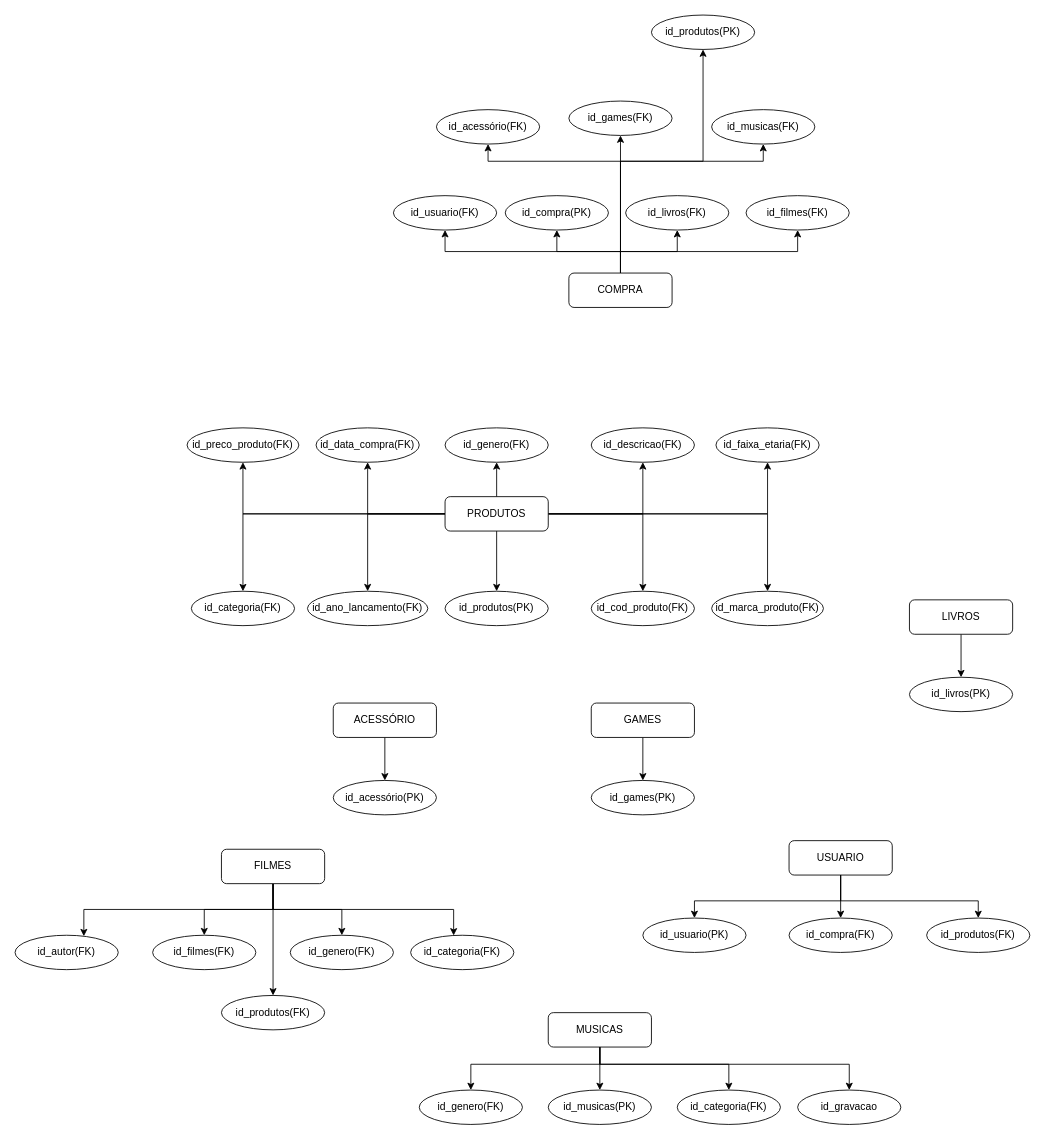
Earlier version of the draw.io diagram LOJA.drawio (camilamelos/tiroAoAlvo). Source tidied: cells renumbered, new cells numbered last; positions are measured from the earlier drawing's top-left corner, leaving out a move shared by most shapes. Both pictures are drawn from the tidied source at 86%, with x=0, y=0 at pixel (15, 15).
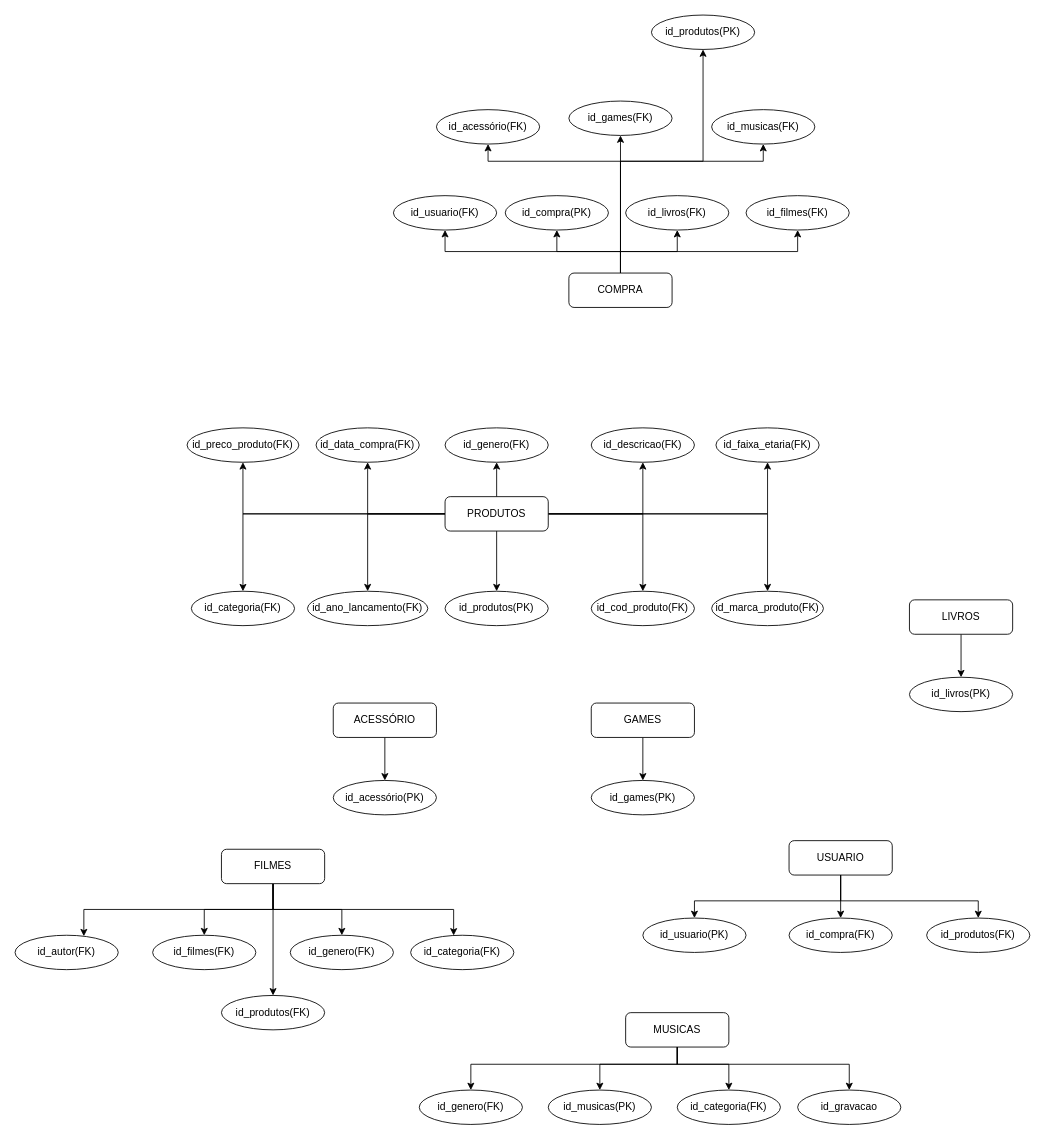
After the change.

Unchanged cells that the change refers to:
```xml
<mxCell id="43" value="id_musicas(PK)" style="ellipse;whiteSpace=wrap;html=1;" parent="1" vertex="1">
  <mxGeometry x="620" y="1250" width="120" height="40" as="geometry" />
</mxCell>
<mxCell id="73" value="id_genero(FK)" style="ellipse;whiteSpace=wrap;html=1;" parent="1" vertex="1">
  <mxGeometry x="470" y="1250" width="120" height="40" as="geometry" />
</mxCell>
<mxCell id="74" value="id_categoria(FK)" style="ellipse;whiteSpace=wrap;html=1;" parent="1" vertex="1">
  <mxGeometry x="770" y="1250" width="120" height="40" as="geometry" />
</mxCell>
<mxCell id="75" value="id_gravacao" style="ellipse;whiteSpace=wrap;html=1;" parent="1" vertex="1">
  <mxGeometry x="910" y="1250" width="120" height="40" as="geometry" />
</mxCell>
```

The edit, as a diff of the source:
```diff
@@
+    <mxCell id="13" style="edgeStyle=orthogonalEdgeStyle;rounded=0;jettySize=auto;html=1;entryX=0.5;entryY=0;entryDx=0;entryDy=0;" parent="1" edge="1" source="16" target="73">
+      <mxGeometry relative="1" as="geometry">
+        <Array as="points">
+          <mxPoint x="770" y="1220" />
+          <mxPoint x="530" y="1220" />
+        </Array>
+      </mxGeometry>
+    </mxCell>
     <mxCell id="12" style="edgeStyle=orthogonalEdgeStyle;rounded=0;jettySize=auto;html=1;" parent="1" edge="1" source="16" target="43">
-      <mxGeometry relative="1" as="geometry" />
+      <mxGeometry relative="1" as="geometry">
+        <Array as="points">
+          <mxPoint x="770" y="1220" />
+          <mxPoint x="680" y="1220" />
+        </Array>
+      </mxGeometry>
     </mxCell>
-    <mxCell id="13" style="edgeStyle=orthogonalEdgeStyle;rounded=0;jettySize=auto;html=1;" parent="1" edge="1" source="16" target="73">
-      <mxGeometry relative="1" as="geometry">
-        <Array as="points">
-          <mxPoint x="680" y="1220" />
-          <mxPoint x="530" y="1220" />
-        </Array>
-      </mxGeometry>
-    </mxCell>
     <mxCell id="14" style="edgeStyle=orthogonalEdgeStyle;rounded=0;jettySize=auto;html=1;" parent="1" edge="1" source="16" target="74">
       <mxGeometry relative="1" as="geometry">
         <Array as="points">
-          <mxPoint x="680" y="1220" />
+          <mxPoint x="770" y="1220" />
           <mxPoint x="830" y="1220" />
         </Array>
       </mxGeometry>
     </mxCell>
     <mxCell id="15" style="edgeStyle=orthogonalEdgeStyle;rounded=0;jettySize=auto;html=1;" parent="1" edge="1" source="16" target="75">
       <mxGeometry relative="1" as="geometry">
         <Array as="points">
-          <mxPoint x="680" y="1220" />
+          <mxPoint x="770" y="1220" />
           <mxPoint x="970" y="1220" />
         </Array>
       </mxGeometry>
     </mxCell>
     <mxCell id="16" value="MUSICAS" style="rounded=1;whiteSpace=wrap;html=1;" parent="1" vertex="1">
-      <mxGeometry x="620" y="1160" width="120" height="40" as="geometry" />
+      <mxGeometry x="710" y="1160" width="120" height="40" as="geometry" />
     </mxCell>
```
